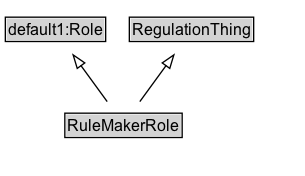
The Graphviz diagram docs/diagrams/RuleMakerRole.dot.png in k-vaughn/ontology-its-regulation, before a commit. Its source is kept beside it as docs/diagrams/RuleMakerRole.dot. Its diagram source:
```dot
digraph {
	graph [overlap=false rankdir=TB splines=true]
	node [fontname=Arial fontsize=12 margin=0 shape=none]
	edge [fontname=Arial fontsize=11]
	{
		rank=max
		RuleMakerRole [label=<<TABLE BORDER="1" CELLBORDER="0" CELLSPACING="0" CELLPADDING="1"><TR><TD BGCOLOR="lightgray" ALIGN="CENTER" PORT="e">RuleMakerRole</TD></TR></TABLE>> URL="../RuleMakerRole.md" margin=0]
	}
	subgraph cluster_associated {
		label="" style=invis
		Invis [label=<<TABLE BORDER="0" CELLBORDER="0" CELLSPACING="0" CELLPADDING="1"><TR><TD></TD></TR></TABLE>> margin=0 style=invis]
	}
	default1_Role [label=<<TABLE BORDER="1" CELLBORDER="0" CELLSPACING="0" CELLPADDING="1"><TR><TD BGCOLOR="lightgray" ALIGN="CENTER">default1:Role</TD></TR></TABLE>> margin=0]
	RuleMakerRole -> default1_Role [arrowhead=onormal style=solid]
	RegulationThing [label=<<TABLE BORDER="1" CELLBORDER="0" CELLSPACING="0" CELLPADDING="1"><TR><TD BGCOLOR="lightgray" ALIGN="CENTER">RegulationThing</TD></TR></TABLE>> URL="../RegulationThing.md" margin=0]
	RuleMakerRole -> RegulationThing [arrowhead=onormal style=solid]
}
```
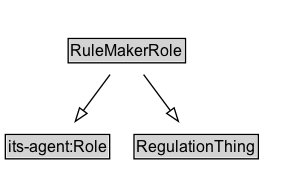
The same file after the commit.

Diff of the diagram source:
```diff
@@ -2,16 +2,16 @@
 	graph [overlap=false rankdir=TB splines=true]
 	node [fontname=Arial fontsize=12 margin=0 shape=none]
 	edge [fontname=Arial fontsize=11]
+	RuleMakerRole [label=<<TABLE BORDER="1" CELLBORDER="0" CELLSPACING="0" CELLPADDING="1"><TR><TD BGCOLOR="lightgray" ALIGN="CENTER">RuleMakerRole</TD></TR></TABLE>> URL="../RuleMakerRole" margin=0]
 	{
 		rank=max
-		RuleMakerRole [label=<<TABLE BORDER="1" CELLBORDER="0" CELLSPACING="0" CELLPADDING="1"><TR><TD BGCOLOR="lightgray" ALIGN="CENTER" PORT="e">RuleMakerRole</TD></TR></TABLE>> URL="../RuleMakerRole.md" margin=0]
 	}
 	subgraph cluster_associated {
 		label="" style=invis
 		Invis [label=<<TABLE BORDER="0" CELLBORDER="0" CELLSPACING="0" CELLPADDING="1"><TR><TD></TD></TR></TABLE>> margin=0 style=invis]
 	}
-	default1_Role [label=<<TABLE BORDER="1" CELLBORDER="0" CELLSPACING="0" CELLPADDING="1"><TR><TD BGCOLOR="lightgray" ALIGN="CENTER">default1:Role</TD></TR></TABLE>> margin=0]
-	RuleMakerRole -> default1_Role [arrowhead=onormal style=solid]
-	RegulationThing [label=<<TABLE BORDER="1" CELLBORDER="0" CELLSPACING="0" CELLPADDING="1"><TR><TD BGCOLOR="lightgray" ALIGN="CENTER">RegulationThing</TD></TR></TABLE>> URL="../RegulationThing.md" margin=0]
+	"its-agent_Role" [label=<<TABLE BORDER="1" CELLBORDER="0" CELLSPACING="0" CELLPADDING="1"><TR><TD BGCOLOR="lightgray" ALIGN="CENTER">its-agent:Role</TD></TR></TABLE>> URL="https://w3id.org/itsdata/agent/v1/Role" margin=0]
+	RuleMakerRole -> "its-agent_Role" [arrowhead=onormal style=solid]
+	RegulationThing [label=<<TABLE BORDER="1" CELLBORDER="0" CELLSPACING="0" CELLPADDING="1"><TR><TD BGCOLOR="lightgray" ALIGN="CENTER">RegulationThing</TD></TR></TABLE>> URL="../RegulationThing" margin=0]
 	RuleMakerRole -> RegulationThing [arrowhead=onormal style=solid]
 }
```
